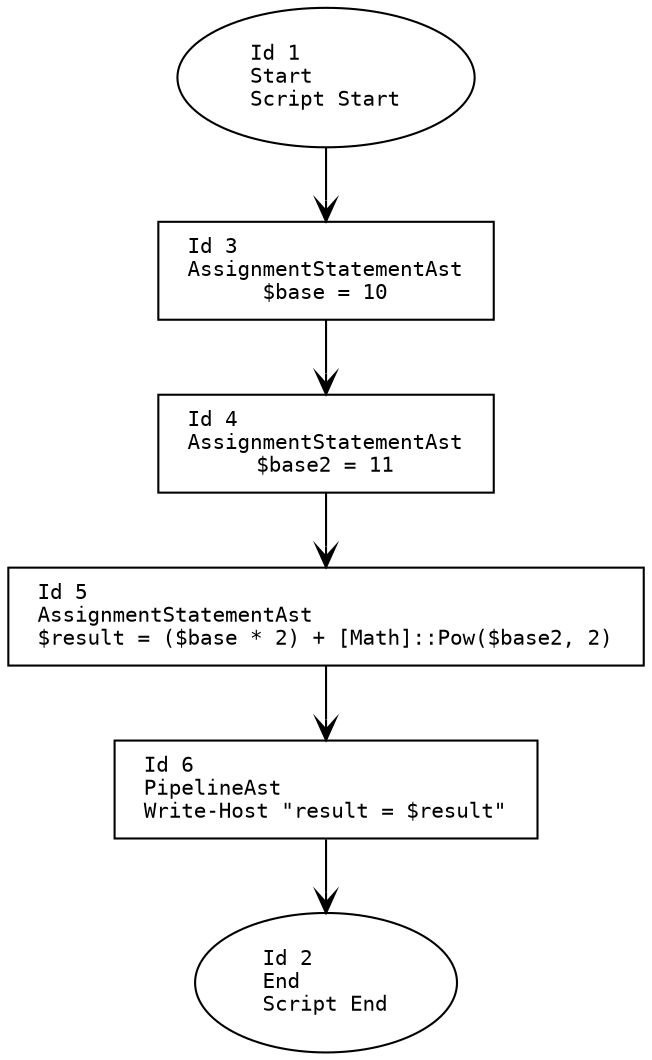
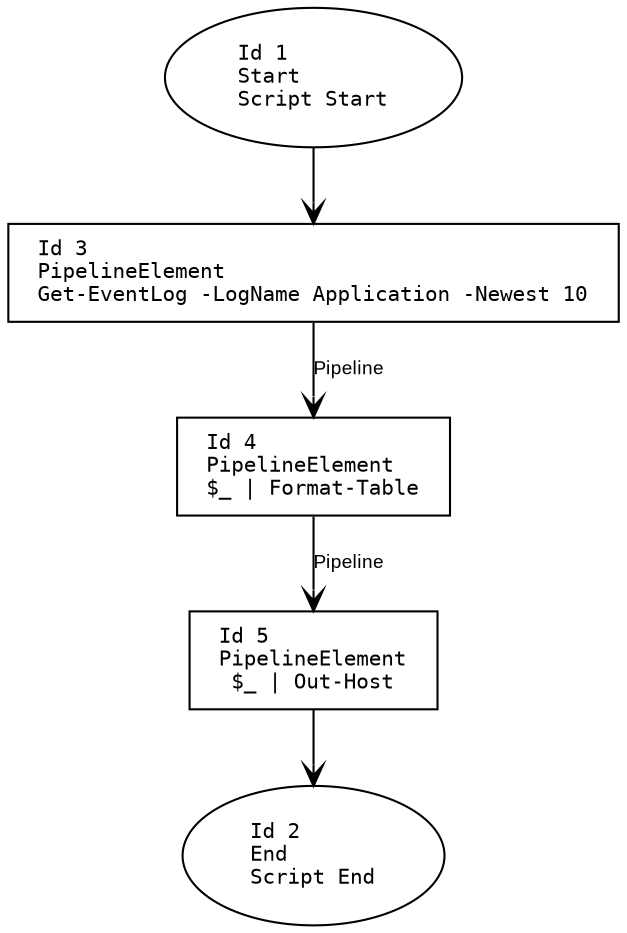
digraph G {
    rankdir=TB;
    node [
        fontname="Consolas"
        shape=box
        width=0
        height=0
        margin="0.2,0.1"
        fontsize=10
    ];
    edge [fontname="Arial", arrowhead=vee, fontsize=9];

    // Nodes
    1 [label="Id 1\lStart\lScript Start", shape=oval];
    2 [label="Id 2\lEnd\lScript End", shape=oval];
-     3 [label="Id 3\lAssignmentStatementAst\l$base = 10", shape=box];
-     4 [label="Id 4\lAssignmentStatementAst\l$base2 = 11", shape=box];
-     5 [label="Id 5\lAssignmentStatementAst\l$result = ($base * 2) + [Math]::Pow($base2, 2)", shape=box];
-     6 [label="Id 6\lPipelineAst\lWrite-Host \"result = $result\"", shape=box];
+     3 [label="Id 3\lPipelineElement\lGet-EventLog -LogName Application -Newest 10", shape=box];
+     4 [label="Id 4\lPipelineElement\l$_ | Format-Table", shape=box];
+     5 [label="Id 5\lPipelineElement\l$_ | Out-Host", shape=box];

    // Edges
    1 -> 3;
-     3 -> 4;
-     4 -> 5;
-     5 -> 6;
-     6 -> 2;
+     3 -> 4 [label="Pipeline"];
+     4 -> 5 [label="Pipeline"];
+     5 -> 2;
}